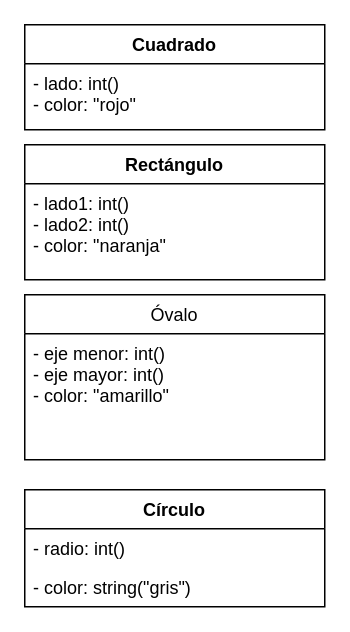
The draw.io diagram ejercicio1.drawio in mgonzalz/ejercicios_grupales, before the edit. Source tidied: cells renumbered, new cells numbered last; positions are measured from the earlier drawing's top-left corner, leaving out a move shared by most shapes. Both pictures are drawn from the tidied source at 150%, with x=0, y=0 at pixel (24, 24).
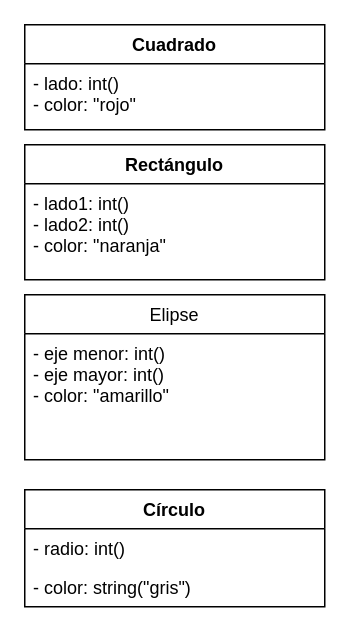
Above is the later version.

Change to the diagram source:
```diff
@@
 <mxGraphModel>
   <root>
     <mxCell id="0" />
     <mxCell id="1" parent="0" />
     <mxCell id="2" value="Cuadrado" style="swimlane;fontStyle=1;align=center;verticalAlign=top;horizontal=1;startSize=26;" parent="1" vertex="1">
       <mxGeometry width="200" height="70" as="geometry" />
     </mxCell>
     <mxCell id="3" value="- lado: int()&#10;- color: &quot;rojo&quot;" style="text;strokeColor=none;fillColor=none;align=left;verticalAlign=top;spacingLeft=4;spacingRight=4;overflow=hidden;" parent="2" vertex="1">
       <mxGeometry y="26" width="200" height="44" as="geometry" />
     </mxCell>
     <mxCell id="4" value="Rectángulo" style="swimlane;fontStyle=1;align=center;verticalAlign=top;horizontal=1;startSize=26;" parent="1" vertex="1">
       <mxGeometry y="80" width="200" height="90" as="geometry" />
     </mxCell>
     <mxCell id="5" value="- lado1: int()&#10;- lado2: int()&#10;- color: &quot;naranja&quot;" style="text;strokeColor=none;fillColor=none;align=left;verticalAlign=top;spacingLeft=4;spacingRight=4;overflow=hidden;" parent="4" vertex="1">
       <mxGeometry y="26" width="200" height="64" as="geometry" />
     </mxCell>
     <mxCell id="6" value="Círculo" style="swimlane;fontStyle=1;horizontal=1;startSize=26;fillColor=none;" parent="1" vertex="1">
       <mxGeometry y="310" width="200" height="78" as="geometry" />
     </mxCell>
     <mxCell id="7" value="- radio: int()" style="text;strokeColor=none;fillColor=none;align=left;verticalAlign=top;spacingLeft=4;spacingRight=4;overflow=hidden;" parent="6" vertex="1">
       <mxGeometry y="26" width="200" height="26" as="geometry" />
     </mxCell>
     <mxCell id="8" value="- color: string(&quot;gris&quot;)&#10;" style="text;strokeColor=none;fillColor=none;align=left;verticalAlign=top;spacingLeft=4;spacingRight=4;overflow=hidden;" parent="6" vertex="1">
       <mxGeometry y="52" width="200" height="26" as="geometry" />
     </mxCell>
-    <mxCell id="9" value="Óvalo" style="swimlane;fontStyle=0;horizontal=1;startSize=26;fillColor=none;" parent="1" vertex="1">
+    <mxCell id="9" value="Elipse" style="swimlane;fontStyle=0;horizontal=1;startSize=26;fillColor=none;" parent="1" vertex="1">
       <mxGeometry y="180" width="200" height="110" as="geometry" />
     </mxCell>
     <mxCell id="10" value="- eje menor: int()&#10;- eje mayor: int()&#10;- color: &quot;amarillo&quot;" style="text;strokeColor=none;fillColor=none;align=left;verticalAlign=top;spacingLeft=4;spacingRight=4;overflow=hidden;" parent="9" vertex="1">
       <mxGeometry y="26" width="200" height="84" as="geometry" />
     </mxCell>
   </root>
 </mxGraphModel>
```
